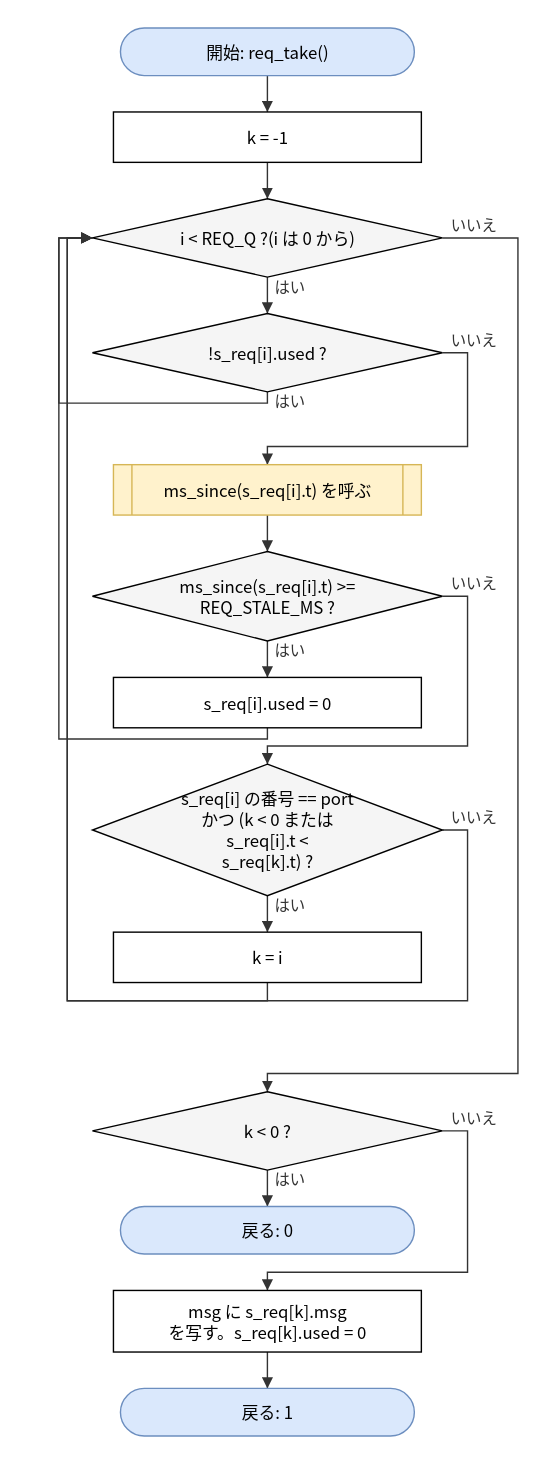
The draw.io diagram doc/spec/images/flow_src_bfm_cm-req_take.drawio.svg in hf355051012-ai/bfmem, before a commit. Source tidied: cells renumbered, new cells last; positions are measured from the earlier drawing's top-left corner, leaving out a move shared by most shapes. Source of this version:
```xml
<mxGraphModel>
  <root>
    <mxCell id="0" />
    <mxCell id="1" parent="0" />
    <mxCell id="2" value="開始: req_take()" style="rounded=1;arcSize=50;whiteSpace=wrap;html=1;fillColor=#dae8fc;strokeColor=#6c8ebf;" parent="1" vertex="1">
      <mxGeometry x="44" width="210" height="34" as="geometry" />
    </mxCell>
    <mxCell id="3" value="k = -1" style="rounded=0;whiteSpace=wrap;html=1;" parent="1" vertex="1">
      <mxGeometry x="39" y="60" width="220" height="36" as="geometry" />
    </mxCell>
    <mxCell id="4" value="i &amp;lt; REQ_Q ?(i は 0 から)" style="rhombus;whiteSpace=wrap;html=1;fillColor=#f5f5f5;" parent="1" vertex="1">
      <mxGeometry x="24" y="122" width="250" height="56" as="geometry" />
    </mxCell>
    <mxCell id="5" value="!s_req[i].used ?" style="rhombus;whiteSpace=wrap;html=1;fillColor=#f5f5f5;" parent="1" vertex="1">
      <mxGeometry x="24" y="204" width="250" height="56" as="geometry" />
    </mxCell>
    <mxCell id="6" value="ms_since(s_req[i].t) を呼ぶ" style="shape=process;whiteSpace=wrap;html=1;backgroundOutline=1;size=0.06;fillColor=#fff2cc;strokeColor=#d6b656;" parent="1" vertex="1">
      <mxGeometry x="39" y="312" width="220" height="36" as="geometry" />
    </mxCell>
    <mxCell id="7" value="ms_since(s_req[i].t) &amp;gt;=&lt;br&gt;REQ_STALE_MS ?" style="rhombus;whiteSpace=wrap;html=1;fillColor=#f5f5f5;" parent="1" vertex="1">
      <mxGeometry x="24" y="374" width="250" height="64" as="geometry" />
    </mxCell>
    <mxCell id="8" value="s_req[i].used = 0" style="rounded=0;whiteSpace=wrap;html=1;" parent="1" vertex="1">
      <mxGeometry x="39" y="464" width="220" height="36" as="geometry" />
    </mxCell>
    <mxCell id="9" value="s_req[i] の番号 == port&lt;br&gt;かつ (k &amp;lt; 0 または&lt;br&gt;s_req[i].t &amp;lt;&lt;br&gt;s_req[k].t) ?" style="rhombus;whiteSpace=wrap;html=1;fillColor=#f5f5f5;" parent="1" vertex="1">
      <mxGeometry x="24" y="526" width="250" height="94" as="geometry" />
    </mxCell>
    <mxCell id="10" value="k = i" style="rounded=0;whiteSpace=wrap;html=1;" parent="1" vertex="1">
      <mxGeometry x="39" y="646" width="220" height="36" as="geometry" />
    </mxCell>
    <mxCell id="11" value="k &amp;lt; 0 ?" style="rhombus;whiteSpace=wrap;html=1;fillColor=#f5f5f5;" parent="1" vertex="1">
      <mxGeometry x="24" y="760" width="250" height="56" as="geometry" />
    </mxCell>
    <mxCell id="12" value="戻る: 0" style="rounded=1;arcSize=50;whiteSpace=wrap;html=1;fillColor=#dae8fc;strokeColor=#6c8ebf;" parent="1" vertex="1">
      <mxGeometry x="44" y="842" width="210" height="34" as="geometry" />
    </mxCell>
    <mxCell id="13" value="msg に s_req[k].msg&lt;br&gt;を写す。s_req[k].used = 0" style="rounded=0;whiteSpace=wrap;html=1;" parent="1" vertex="1">
      <mxGeometry x="39" y="902" width="220" height="44" as="geometry" />
    </mxCell>
    <mxCell id="14" value="戻る: 1" style="rounded=1;arcSize=50;whiteSpace=wrap;html=1;fillColor=#dae8fc;strokeColor=#6c8ebf;" parent="1" vertex="1">
      <mxGeometry x="44" y="972" width="210" height="34" as="geometry" />
    </mxCell>
    <mxCell id="15" style="edgeStyle=none;html=1;rounded=0;endArrow=block;endFill=1;exitX=0.5000;exitY=1.0000;exitDx=0;exitDy=0;exitPerimeter=0;entryX=0.5000;entryY=0.0000;entryDx=0;entryDy=0;entryPerimeter=0;" parent="1" edge="1" source="2" target="3">
      <mxGeometry relative="1" as="geometry" />
    </mxCell>
    <mxCell id="16" style="edgeStyle=none;html=1;rounded=0;endArrow=block;endFill=1;exitX=0.5000;exitY=1.0000;exitDx=0;exitDy=0;exitPerimeter=0;entryX=0.5000;entryY=0.0000;entryDx=0;entryDy=0;entryPerimeter=0;" parent="1" edge="1" source="3" target="4">
      <mxGeometry relative="1" as="geometry" />
    </mxCell>
    <mxCell id="17" value="はい" style="edgeStyle=none;html=1;rounded=0;endArrow=block;endFill=1;exitX=0.5000;exitY=1.0000;exitDx=0;exitDy=0;exitPerimeter=0;entryX=0.5000;entryY=0.0000;entryDx=0;entryDy=0;entryPerimeter=0;" parent="1" edge="1" source="4" target="5">
      <mxGeometry relative="1" as="geometry" />
    </mxCell>
    <mxCell id="18" value="いいえ" style="edgeStyle=none;html=1;rounded=0;endArrow=block;endFill=1;exitX=1.0000;exitY=0.5000;exitDx=0;exitDy=0;exitPerimeter=0;entryX=0.5000;entryY=0.0000;entryDx=0;entryDy=0;entryPerimeter=0;" parent="1" edge="1" source="5" target="6">
      <mxGeometry relative="1" as="geometry">
        <Array as="points">
          <mxPoint x="292" y="232" />
          <mxPoint x="292" y="299" />
          <mxPoint x="149" y="299" />
        </Array>
      </mxGeometry>
    </mxCell>
    <mxCell id="19" style="edgeStyle=none;html=1;rounded=0;endArrow=block;endFill=1;exitX=0.5000;exitY=1.0000;exitDx=0;exitDy=0;exitPerimeter=0;entryX=0.5000;entryY=0.0000;entryDx=0;entryDy=0;entryPerimeter=0;" parent="1" edge="1" source="6" target="7">
      <mxGeometry relative="1" as="geometry" />
    </mxCell>
    <mxCell id="20" value="はい" style="edgeStyle=none;html=1;rounded=0;endArrow=block;endFill=1;exitX=0.5000;exitY=1.0000;exitDx=0;exitDy=0;exitPerimeter=0;entryX=0.5000;entryY=0.0000;entryDx=0;entryDy=0;entryPerimeter=0;" parent="1" edge="1" source="7" target="8">
      <mxGeometry relative="1" as="geometry" />
    </mxCell>
    <mxCell id="21" value="いいえ" style="edgeStyle=none;html=1;rounded=0;endArrow=block;endFill=1;exitX=1.0000;exitY=0.5000;exitDx=0;exitDy=0;exitPerimeter=0;entryX=0.5000;entryY=0.0000;entryDx=0;entryDy=0;entryPerimeter=0;" parent="1" edge="1" source="7" target="9">
      <mxGeometry relative="1" as="geometry">
        <Array as="points">
          <mxPoint x="292" y="406" />
          <mxPoint x="292" y="513" />
          <mxPoint x="149" y="513" />
        </Array>
      </mxGeometry>
    </mxCell>
    <mxCell id="22" value="はい" style="edgeStyle=none;html=1;rounded=0;endArrow=block;endFill=1;exitX=0.5000;exitY=1.0000;exitDx=0;exitDy=0;exitPerimeter=0;entryX=0.5000;entryY=0.0000;entryDx=0;entryDy=0;entryPerimeter=0;" parent="1" edge="1" source="9" target="10">
      <mxGeometry relative="1" as="geometry" />
    </mxCell>
    <mxCell id="23" style="edgeStyle=none;html=1;rounded=0;endArrow=block;endFill=1;exitX=0.5000;exitY=1.0000;exitDx=0;exitDy=0;exitPerimeter=0;entryX=0.0000;entryY=0.5000;entryDx=0;entryDy=0;entryPerimeter=0;" parent="1" edge="1" source="10" target="4">
      <mxGeometry relative="1" as="geometry">
        <Array as="points">
          <mxPoint x="149" y="695" />
          <mxPoint x="6" y="695" />
          <mxPoint x="6" y="150" />
        </Array>
      </mxGeometry>
    </mxCell>
    <mxCell id="24" value="いいえ" style="edgeStyle=none;html=1;rounded=0;endArrow=block;endFill=1;exitX=1.0000;exitY=0.5000;exitDx=0;exitDy=0;exitPerimeter=0;entryX=0.0000;entryY=0.5000;entryDx=0;entryDy=0;entryPerimeter=0;" parent="1" edge="1" source="9" target="4">
      <mxGeometry relative="1" as="geometry">
        <Array as="points">
          <mxPoint x="292" y="573" />
          <mxPoint x="292" y="695" />
          <mxPoint x="6" y="695" />
          <mxPoint x="6" y="150" />
        </Array>
      </mxGeometry>
    </mxCell>
    <mxCell id="25" value="はい" style="edgeStyle=none;html=1;rounded=0;endArrow=block;endFill=1;exitX=0.5000;exitY=1.0000;exitDx=0;exitDy=0;exitPerimeter=0;entryX=0.0000;entryY=0.5000;entryDx=0;entryDy=0;entryPerimeter=0;" parent="1" edge="1" source="5" target="4">
      <mxGeometry relative="1" as="geometry">
        <Array as="points">
          <mxPoint x="149" y="268" />
          <mxPoint y="268" />
          <mxPoint y="150" />
        </Array>
      </mxGeometry>
    </mxCell>
    <mxCell id="26" style="edgeStyle=none;html=1;rounded=0;endArrow=block;endFill=1;exitX=0.5000;exitY=1.0000;exitDx=0;exitDy=0;exitPerimeter=0;entryX=0.0000;entryY=0.5000;entryDx=0;entryDy=0;entryPerimeter=0;" parent="1" edge="1" source="8" target="4">
      <mxGeometry relative="1" as="geometry">
        <Array as="points">
          <mxPoint x="149" y="508" />
          <mxPoint y="508" />
          <mxPoint y="150" />
        </Array>
      </mxGeometry>
    </mxCell>
    <mxCell id="27" value="いいえ" style="edgeStyle=none;html=1;rounded=0;endArrow=block;endFill=1;exitX=1.0000;exitY=0.5000;exitDx=0;exitDy=0;exitPerimeter=0;entryX=0.5000;entryY=0.0000;entryDx=0;entryDy=0;entryPerimeter=0;" parent="1" edge="1" source="4" target="11">
      <mxGeometry relative="1" as="geometry">
        <Array as="points">
          <mxPoint x="328" y="150" />
          <mxPoint x="328" y="747" />
          <mxPoint x="149" y="747" />
        </Array>
      </mxGeometry>
    </mxCell>
    <mxCell id="28" value="はい" style="edgeStyle=none;html=1;rounded=0;endArrow=block;endFill=1;exitX=0.5000;exitY=1.0000;exitDx=0;exitDy=0;exitPerimeter=0;entryX=0.5000;entryY=0.0000;entryDx=0;entryDy=0;entryPerimeter=0;" parent="1" edge="1" source="11" target="12">
      <mxGeometry relative="1" as="geometry" />
    </mxCell>
    <mxCell id="29" value="いいえ" style="edgeStyle=none;html=1;rounded=0;endArrow=block;endFill=1;exitX=1.0000;exitY=0.5000;exitDx=0;exitDy=0;exitPerimeter=0;entryX=0.5000;entryY=0.0000;entryDx=0;entryDy=0;entryPerimeter=0;" parent="1" edge="1" source="11" target="13">
      <mxGeometry relative="1" as="geometry">
        <Array as="points">
          <mxPoint x="292" y="788" />
          <mxPoint x="292" y="889" />
          <mxPoint x="149" y="889" />
        </Array>
      </mxGeometry>
    </mxCell>
    <mxCell id="30" style="edgeStyle=none;html=1;rounded=0;endArrow=block;endFill=1;exitX=0.5000;exitY=1.0000;exitDx=0;exitDy=0;exitPerimeter=0;entryX=0.5000;entryY=0.0000;entryDx=0;entryDy=0;entryPerimeter=0;" parent="1" edge="1" source="13" target="14">
      <mxGeometry relative="1" as="geometry" />
    </mxCell>
  </root>
</mxGraphModel>
```
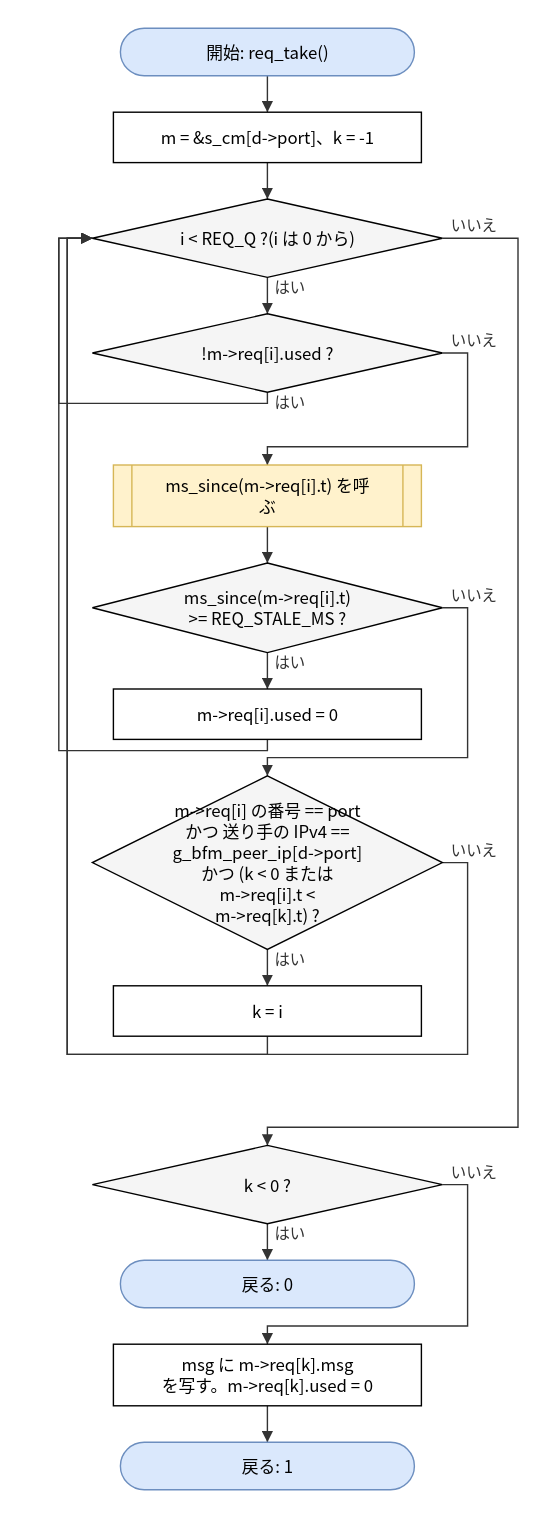
After the commit.

The edit, as a diff of the source:
```diff
@@ -5,41 +5,41 @@
     <mxCell id="2" value="開始: req_take()" style="rounded=1;arcSize=50;whiteSpace=wrap;html=1;fillColor=#dae8fc;strokeColor=#6c8ebf;" parent="1" vertex="1">
       <mxGeometry x="44" width="210" height="34" as="geometry" />
     </mxCell>
-    <mxCell id="3" value="k = -1" style="rounded=0;whiteSpace=wrap;html=1;" parent="1" vertex="1">
+    <mxCell id="3" value="m = &amp;amp;s_cm[d-&amp;gt;port]、k = -1" style="rounded=0;whiteSpace=wrap;html=1;" parent="1" vertex="1">
       <mxGeometry x="39" y="60" width="220" height="36" as="geometry" />
     </mxCell>
     <mxCell id="4" value="i &amp;lt; REQ_Q ?(i は 0 から)" style="rhombus;whiteSpace=wrap;html=1;fillColor=#f5f5f5;" parent="1" vertex="1">
       <mxGeometry x="24" y="122" width="250" height="56" as="geometry" />
     </mxCell>
-    <mxCell id="5" value="!s_req[i].used ?" style="rhombus;whiteSpace=wrap;html=1;fillColor=#f5f5f5;" parent="1" vertex="1">
+    <mxCell id="5" value="!m-&amp;gt;req[i].used ?" style="rhombus;whiteSpace=wrap;html=1;fillColor=#f5f5f5;" parent="1" vertex="1">
       <mxGeometry x="24" y="204" width="250" height="56" as="geometry" />
     </mxCell>
-    <mxCell id="6" value="ms_since(s_req[i].t) を呼ぶ" style="shape=process;whiteSpace=wrap;html=1;backgroundOutline=1;size=0.06;fillColor=#fff2cc;strokeColor=#d6b656;" parent="1" vertex="1">
-      <mxGeometry x="39" y="312" width="220" height="36" as="geometry" />
+    <mxCell id="6" value="ms_since(m-&amp;gt;req[i].t) を呼&lt;br&gt;ぶ" style="shape=process;whiteSpace=wrap;html=1;backgroundOutline=1;size=0.06;fillColor=#fff2cc;strokeColor=#d6b656;" parent="1" vertex="1">
+      <mxGeometry x="39" y="312" width="220" height="44" as="geometry" />
     </mxCell>
-    <mxCell id="7" value="ms_since(s_req[i].t) &amp;gt;=&lt;br&gt;REQ_STALE_MS ?" style="rhombus;whiteSpace=wrap;html=1;fillColor=#f5f5f5;" parent="1" vertex="1">
-      <mxGeometry x="24" y="374" width="250" height="64" as="geometry" />
+    <mxCell id="7" value="ms_since(m-&amp;gt;req[i].t)&lt;br&gt;&amp;gt;= REQ_STALE_MS ?" style="rhombus;whiteSpace=wrap;html=1;fillColor=#f5f5f5;" parent="1" vertex="1">
+      <mxGeometry x="24" y="382" width="250" height="64" as="geometry" />
     </mxCell>
-    <mxCell id="8" value="s_req[i].used = 0" style="rounded=0;whiteSpace=wrap;html=1;" parent="1" vertex="1">
-      <mxGeometry x="39" y="464" width="220" height="36" as="geometry" />
+    <mxCell id="8" value="m-&amp;gt;req[i].used = 0" style="rounded=0;whiteSpace=wrap;html=1;" parent="1" vertex="1">
+      <mxGeometry x="39" y="472" width="220" height="36" as="geometry" />
     </mxCell>
-    <mxCell id="9" value="s_req[i] の番号 == port&lt;br&gt;かつ (k &amp;lt; 0 または&lt;br&gt;s_req[i].t &amp;lt;&lt;br&gt;s_req[k].t) ?" style="rhombus;whiteSpace=wrap;html=1;fillColor=#f5f5f5;" parent="1" vertex="1">
-      <mxGeometry x="24" y="526" width="250" height="94" as="geometry" />
+    <mxCell id="9" value="m-&amp;gt;req[i] の番号 == port&lt;br&gt;かつ 送り手の IPv4 ==&lt;br&gt;g_bfm_peer_ip[d-&amp;gt;port]&lt;br&gt;かつ (k &amp;lt; 0 または&lt;br&gt;m-&amp;gt;req[i].t &amp;lt;&lt;br&gt;m-&amp;gt;req[k].t) ?" style="rhombus;whiteSpace=wrap;html=1;fillColor=#f5f5f5;" parent="1" vertex="1">
+      <mxGeometry x="24" y="534" width="250" height="124" as="geometry" />
     </mxCell>
     <mxCell id="10" value="k = i" style="rounded=0;whiteSpace=wrap;html=1;" parent="1" vertex="1">
-      <mxGeometry x="39" y="646" width="220" height="36" as="geometry" />
+      <mxGeometry x="39" y="684" width="220" height="36" as="geometry" />
     </mxCell>
     <mxCell id="11" value="k &amp;lt; 0 ?" style="rhombus;whiteSpace=wrap;html=1;fillColor=#f5f5f5;" parent="1" vertex="1">
-      <mxGeometry x="24" y="760" width="250" height="56" as="geometry" />
+      <mxGeometry x="24" y="798" width="250" height="56" as="geometry" />
     </mxCell>
     <mxCell id="12" value="戻る: 0" style="rounded=1;arcSize=50;whiteSpace=wrap;html=1;fillColor=#dae8fc;strokeColor=#6c8ebf;" parent="1" vertex="1">
-      <mxGeometry x="44" y="842" width="210" height="34" as="geometry" />
+      <mxGeometry x="44" y="880" width="210" height="34" as="geometry" />
     </mxCell>
-    <mxCell id="13" value="msg に s_req[k].msg&lt;br&gt;を写す。s_req[k].used = 0" style="rounded=0;whiteSpace=wrap;html=1;" parent="1" vertex="1">
-      <mxGeometry x="39" y="902" width="220" height="44" as="geometry" />
+    <mxCell id="13" value="msg に m-&amp;gt;req[k].msg&lt;br&gt;を写す。m-&amp;gt;req[k].used = 0" style="rounded=0;whiteSpace=wrap;html=1;" parent="1" vertex="1">
+      <mxGeometry x="39" y="940" width="220" height="44" as="geometry" />
     </mxCell>
     <mxCell id="14" value="戻る: 1" style="rounded=1;arcSize=50;whiteSpace=wrap;html=1;fillColor=#dae8fc;strokeColor=#6c8ebf;" parent="1" vertex="1">
-      <mxGeometry x="44" y="972" width="210" height="34" as="geometry" />
+      <mxGeometry x="44" y="1010" width="210" height="34" as="geometry" />
     </mxCell>
     <mxCell id="15" style="edgeStyle=none;html=1;rounded=0;endArrow=block;endFill=1;exitX=0.5000;exitY=1.0000;exitDx=0;exitDy=0;exitPerimeter=0;entryX=0.5000;entryY=0.0000;entryDx=0;entryDy=0;entryPerimeter=0;" parent="1" edge="1" source="2" target="3">
       <mxGeometry relative="1" as="geometry" />
@@ -68,9 +68,9 @@
     <mxCell id="21" value="いいえ" style="edgeStyle=none;html=1;rounded=0;endArrow=block;endFill=1;exitX=1.0000;exitY=0.5000;exitDx=0;exitDy=0;exitPerimeter=0;entryX=0.5000;entryY=0.0000;entryDx=0;entryDy=0;entryPerimeter=0;" parent="1" edge="1" source="7" target="9">
       <mxGeometry relative="1" as="geometry">
         <Array as="points">
-          <mxPoint x="292" y="406" />
-          <mxPoint x="292" y="513" />
-          <mxPoint x="149" y="513" />
+          <mxPoint x="292" y="414" />
+          <mxPoint x="292" y="521" />
+          <mxPoint x="149" y="521" />
         </Array>
       </mxGeometry>
     </mxCell>
@@ -80,8 +80,8 @@
     <mxCell id="23" style="edgeStyle=none;html=1;rounded=0;endArrow=block;endFill=1;exitX=0.5000;exitY=1.0000;exitDx=0;exitDy=0;exitPerimeter=0;entryX=0.0000;entryY=0.5000;entryDx=0;entryDy=0;entryPerimeter=0;" parent="1" edge="1" source="10" target="4">
       <mxGeometry relative="1" as="geometry">
         <Array as="points">
-          <mxPoint x="149" y="695" />
-          <mxPoint x="6" y="695" />
+          <mxPoint x="149" y="733" />
+          <mxPoint x="6" y="733" />
           <mxPoint x="6" y="150" />
         </Array>
       </mxGeometry>
@@ -89,9 +89,9 @@
     <mxCell id="24" value="いいえ" style="edgeStyle=none;html=1;rounded=0;endArrow=block;endFill=1;exitX=1.0000;exitY=0.5000;exitDx=0;exitDy=0;exitPerimeter=0;entryX=0.0000;entryY=0.5000;entryDx=0;entryDy=0;entryPerimeter=0;" parent="1" edge="1" source="9" target="4">
       <mxGeometry relative="1" as="geometry">
         <Array as="points">
-          <mxPoint x="292" y="573" />
-          <mxPoint x="292" y="695" />
-          <mxPoint x="6" y="695" />
+          <mxPoint x="292" y="596" />
+          <mxPoint x="292" y="733" />
+          <mxPoint x="6" y="733" />
           <mxPoint x="6" y="150" />
         </Array>
       </mxGeometry>
@@ -108,8 +108,8 @@
     <mxCell id="26" style="edgeStyle=none;html=1;rounded=0;endArrow=block;endFill=1;exitX=0.5000;exitY=1.0000;exitDx=0;exitDy=0;exitPerimeter=0;entryX=0.0000;entryY=0.5000;entryDx=0;entryDy=0;entryPerimeter=0;" parent="1" edge="1" source="8" target="4">
       <mxGeometry relative="1" as="geometry">
         <Array as="points">
-          <mxPoint x="149" y="508" />
-          <mxPoint y="508" />
+          <mxPoint x="149" y="516" />
+          <mxPoint y="516" />
           <mxPoint y="150" />
         </Array>
       </mxGeometry>
@@ -118,8 +118,8 @@
       <mxGeometry relative="1" as="geometry">
         <Array as="points">
           <mxPoint x="328" y="150" />
-          <mxPoint x="328" y="747" />
-          <mxPoint x="149" y="747" />
+          <mxPoint x="328" y="785" />
+          <mxPoint x="149" y="785" />
         </Array>
       </mxGeometry>
     </mxCell>
@@ -129,9 +129,9 @@
     <mxCell id="29" value="いいえ" style="edgeStyle=none;html=1;rounded=0;endArrow=block;endFill=1;exitX=1.0000;exitY=0.5000;exitDx=0;exitDy=0;exitPerimeter=0;entryX=0.5000;entryY=0.0000;entryDx=0;entryDy=0;entryPerimeter=0;" parent="1" edge="1" source="11" target="13">
       <mxGeometry relative="1" as="geometry">
         <Array as="points">
-          <mxPoint x="292" y="788" />
-          <mxPoint x="292" y="889" />
-          <mxPoint x="149" y="889" />
+          <mxPoint x="292" y="826" />
+          <mxPoint x="292" y="927" />
+          <mxPoint x="149" y="927" />
         </Array>
       </mxGeometry>
     </mxCell>
```
